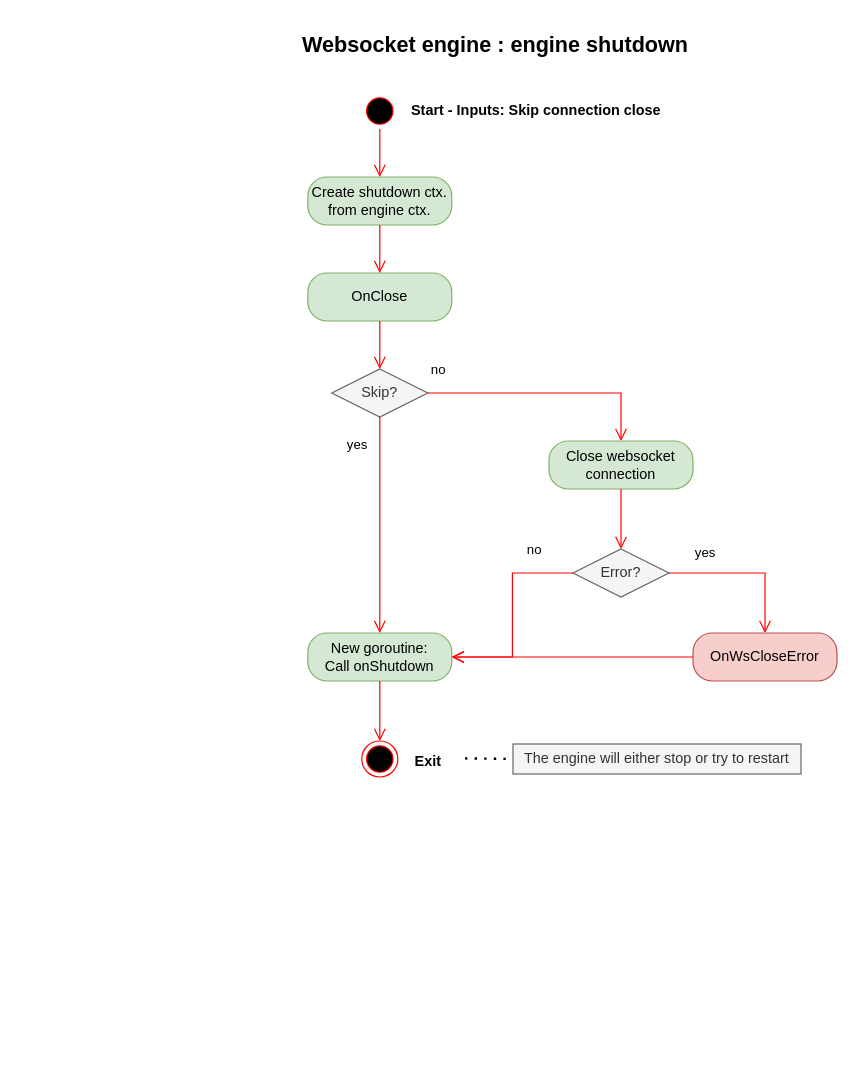
The draw.io diagram page "shutdownEngine" (5 of 7) of documentation/schemas/wscontainer.drawio in gbdevw/gowse, before the edit. Source tidied: cells renumbered, new cells numbered last; positions are measured from the earlier drawing's top-left corner, leaving out a move shared by most shapes. Both pictures are drawn from the tidied source at 120%, with x=0, y=0 at pixel (284, 20).
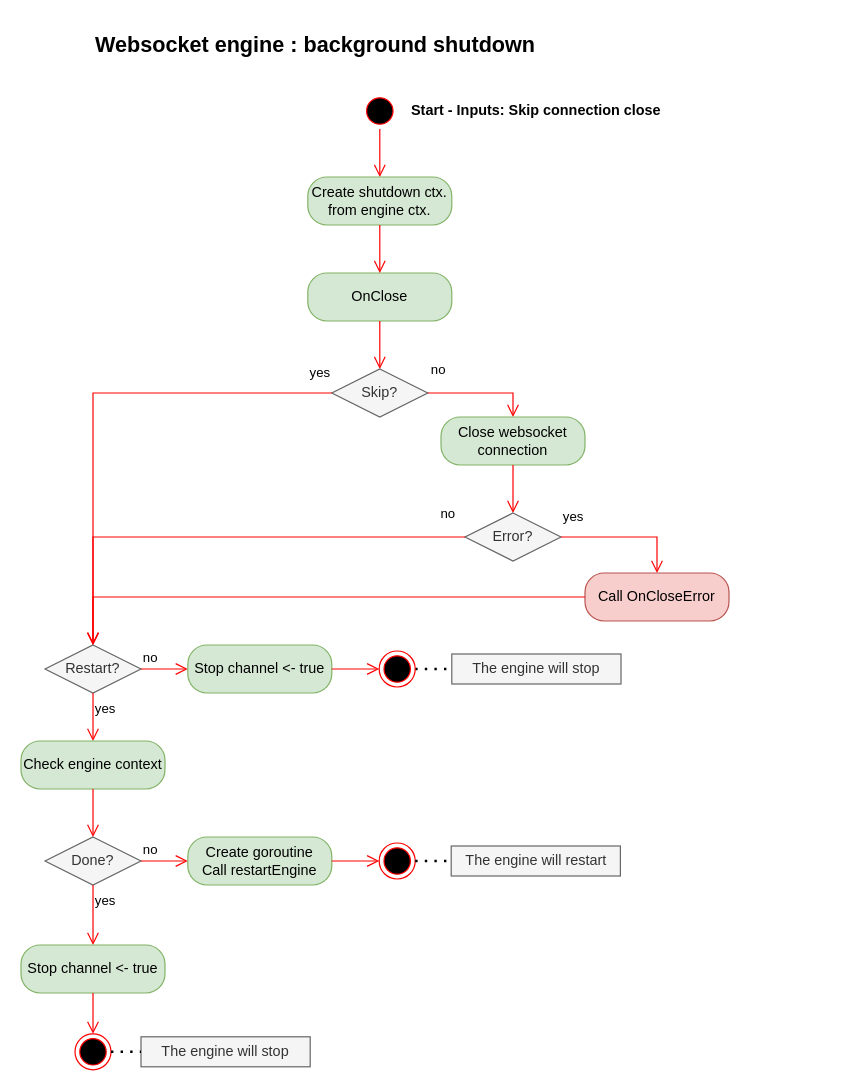
The same page after the edit.

Commit message (it also covers changes not shown here):
Doc. about engine lifecycle OK

The change refers to these unchanged cells:
```xml
<mxCell id="7" value="Skip?" style="rhombus;whiteSpace=wrap;html=1;fillColor=#f5f5f5;strokeColor=#666666;fontColor=#333333;" parent="1" vertex="1">
  <mxGeometry x="39" y="290" width="80" height="40" as="geometry" />
</mxCell>
```

The edit, as a diff of the source:
```diff
@@
     <mxCell id="8" value="no" style="edgeStyle=orthogonalEdgeStyle;html=1;align=left;verticalAlign=bottom;endArrow=open;endSize=8;strokeColor=#ff0000;rounded=0;entryX=0.5;entryY=0;entryDx=0;entryDy=0;" parent="1" edge="1" source="7" target="10">
-      <mxGeometry x="-0.99" y="10" relative="1" as="geometry" />
+      <mxGeometry x="-0.98" y="10" relative="1" as="geometry" />
     </mxCell>
-    <mxCell id="9" value="yes" style="edgeStyle=orthogonalEdgeStyle;html=1;align=left;verticalAlign=top;endArrow=open;endSize=8;strokeColor=#ff0000;rounded=0;entryX=0.5;entryY=0;entryDx=0;entryDy=0;" parent="1" edge="1" source="7" target="12">
-      <mxGeometry x="-0.89" y="-29" relative="1" as="geometry" />
+    <mxCell id="9" value="yes" style="edgeStyle=orthogonalEdgeStyle;html=1;align=left;verticalAlign=top;endArrow=open;endSize=8;strokeColor=#ff0000;rounded=0;entryX=0.5;entryY=0;entryDx=0;entryDy=0;" parent="1" edge="1" source="7" target="26">
+      <mxGeometry x="-0.9" y="-30" relative="1" as="geometry" />
     </mxCell>
     <mxCell id="10" value="Close websocket connection" style="rounded=1;whiteSpace=wrap;html=1;arcSize=40;fillColor=#d5e8d4;strokeColor=#82b366;" parent="1" vertex="1">
-      <mxGeometry x="220" y="350" width="120" height="40" as="geometry" />
+      <mxGeometry x="130" y="330" width="120" height="40" as="geometry" />
     </mxCell>
@@
-    <mxCell id="12" value="New goroutine:&lt;br&gt;Call onShutdown" style="rounded=1;whiteSpace=wrap;html=1;arcSize=40;fillColor=#d5e8d4;strokeColor=#82b366;" parent="1" vertex="1">
-      <mxGeometry x="19" y="510" width="120" height="40" as="geometry" />
-    </mxCell>
-    <mxCell id="13" style="edgeStyle=orthogonalEdgeStyle;html=1;verticalAlign=bottom;endArrow=open;endSize=8;strokeColor=#ff0000;rounded=0;entryX=0.5;entryY=0;entryDx=0;entryDy=0;" parent="1" edge="1" source="12" target="14">
-      <mxGeometry relative="1" as="geometry" />
-    </mxCell>
-    <mxCell id="14" style="ellipse;html=1;shape=endState;fillColor=#000000;strokeColor=#ff0000;" parent="1" vertex="1">
-      <mxGeometry x="64" y="600" width="30" height="30" as="geometry" />
-    </mxCell>
-    <mxCell id="15" value="&lt;font style=&quot;font-size: 12px;&quot;&gt;Exit&lt;/font&gt;" style="text;html=1;align=center;verticalAlign=middle;strokeColor=none;fillColor=none;fontSize=18;fontStyle=1;" parent="1" vertex="1">
-      <mxGeometry x="94" y="595" width="50" height="40" as="geometry" />
-    </mxCell>
-    <mxCell id="16" value="&lt;b&gt;&lt;font style=&quot;font-size: 18px;&quot;&gt;Websocket engine : engine shutdown&lt;/font&gt;&lt;/b&gt;" style="text;html=1;align=center;verticalAlign=middle;strokeColor=none;fillColor=none;" parent="1" vertex="1">
-      <mxGeometry width="350" height="40" as="geometry" />
+    <mxCell id="16" value="&lt;b&gt;&lt;font style=&quot;font-size: 18px;&quot;&gt;Websocket engine : background shutdown&lt;/font&gt;&lt;/b&gt;" style="text;html=1;align=center;verticalAlign=middle;strokeColor=none;fillColor=none;" parent="1" vertex="1">
+      <mxGeometry x="-170" width="390" height="40" as="geometry" />
     </mxCell>
@@
     <mxCell id="19" value="Error?" style="rhombus;whiteSpace=wrap;html=1;fontColor=#333333;fillColor=#f5f5f5;strokeColor=#666666;" parent="1" vertex="1">
-      <mxGeometry x="240" y="440" width="80" height="40" as="geometry" />
+      <mxGeometry x="150" y="410" width="80" height="40" as="geometry" />
     </mxCell>
-    <mxCell id="20" value="no" style="edgeStyle=orthogonalEdgeStyle;html=1;align=left;verticalAlign=bottom;endArrow=open;endSize=8;strokeColor=#ff0000;rounded=0;entryX=1;entryY=0.5;entryDx=0;entryDy=0;" parent="1" edge="1" source="19" target="12">
-      <mxGeometry x="-0.53" y="-10" relative="1" as="geometry" />
+    <mxCell id="20" value="no" style="edgeStyle=orthogonalEdgeStyle;html=1;align=left;verticalAlign=bottom;endArrow=open;endSize=8;strokeColor=#ff0000;rounded=0;entryX=0.5;entryY=0;entryDx=0;entryDy=0;" parent="1" edge="1" source="19" target="26">
+      <mxGeometry x="-0.89" y="-10" relative="1" as="geometry" />
     </mxCell>
     <mxCell id="21" value="yes" style="edgeStyle=orthogonalEdgeStyle;html=1;align=left;verticalAlign=top;endArrow=open;endSize=8;strokeColor=#ff0000;rounded=0;entryX=0.5;entryY=0;entryDx=0;entryDy=0;" parent="1" edge="1" source="19" target="22">
-      <mxGeometry x="-0.69" y="30" relative="1" as="geometry" />
+      <mxGeometry x="-1" y="30" relative="1" as="geometry" />
     </mxCell>
-    <mxCell id="22" value="OnWsCloseError" style="rounded=1;whiteSpace=wrap;html=1;arcSize=40;fillColor=#f8cecc;strokeColor=#b85450;" parent="1" vertex="1">
-      <mxGeometry x="340" y="510" width="120" height="40" as="geometry" />
+    <mxCell id="22" value="Call OnCloseError" style="rounded=1;whiteSpace=wrap;html=1;arcSize=40;fillColor=#f8cecc;strokeColor=#b85450;" parent="1" vertex="1">
+      <mxGeometry x="250" y="460" width="120" height="40" as="geometry" />
     </mxCell>
-    <mxCell id="23" style="edgeStyle=orthogonalEdgeStyle;html=1;verticalAlign=bottom;endArrow=open;endSize=8;strokeColor=#ff0000;rounded=0;entryX=1;entryY=0.5;entryDx=0;entryDy=0;" parent="1" edge="1" source="22" target="12">
+    <mxCell id="23" style="edgeStyle=orthogonalEdgeStyle;html=1;verticalAlign=bottom;endArrow=open;endSize=8;strokeColor=#ff0000;rounded=0;entryX=0.5;entryY=0;entryDx=0;entryDy=0;" parent="1" edge="1" source="22" target="26">
       <mxGeometry relative="1" as="geometry" />
     </mxCell>
-    <mxCell id="24" value="The engine will either stop or try to restart" style="rounded=0;whiteSpace=wrap;html=1;fillColor=#f5f5f5;fontColor=#333333;strokeColor=#666666;" parent="1" vertex="1">
-      <mxGeometry x="190" y="602.5" width="240" height="25" as="geometry" />
+    <mxCell id="24" value="The engine will stop" style="rounded=0;whiteSpace=wrap;html=1;fillColor=#f5f5f5;fontColor=#333333;strokeColor=#666666;" parent="1" vertex="1">
+      <mxGeometry x="139" y="527.5" width="141" height="25" as="geometry" />
     </mxCell>
-    <mxCell id="25" style="endArrow=none;dashed=1;html=1;dashPattern=1 3;strokeWidth=2;rounded=0;exitX=1.12;exitY=0.625;exitDx=0;exitDy=0;exitPerimeter=0;entryX=0;entryY=0.5;entryDx=0;entryDy=0;" parent="1" edge="1" target="24">
-      <mxGeometry relative="1" as="geometry">
-        <mxPoint x="150" y="614.5" as="sourcePoint" />
-      </mxGeometry>
+    <mxCell id="25" style="endArrow=none;dashed=1;html=1;dashPattern=1 3;strokeWidth=2;rounded=0;exitX=1;exitY=0.5;exitDx=0;exitDy=0;entryX=0;entryY=0.5;entryDx=0;entryDy=0;" parent="1" edge="1" source="29" target="24">
+      <mxGeometry relative="1" as="geometry" />
     </mxCell>
+    <mxCell id="26" value="Restart?" style="rhombus;whiteSpace=wrap;html=1;fontColor=#333333;fillColor=#f5f5f5;strokeColor=#666666;" parent="1" vertex="1">
+      <mxGeometry x="-200" y="520" width="80" height="40" as="geometry" />
+    </mxCell>
+    <mxCell id="27" value="no" style="edgeStyle=orthogonalEdgeStyle;html=1;align=left;verticalAlign=bottom;endArrow=open;endSize=8;strokeColor=#ff0000;rounded=0;entryX=0;entryY=0.5;entryDx=0;entryDy=0;" parent="1" edge="1" source="26" target="30">
+      <mxGeometry x="-1" relative="1" as="geometry" />
+    </mxCell>
+    <mxCell id="28" value="yes" style="edgeStyle=orthogonalEdgeStyle;html=1;align=left;verticalAlign=top;endArrow=open;endSize=8;strokeColor=#ff0000;rounded=0;entryX=0.5;entryY=0;entryDx=0;entryDy=0;" parent="1" edge="1" source="26" target="32">
+      <mxGeometry x="-1" relative="1" as="geometry" />
+    </mxCell>
+    <mxCell id="29" style="ellipse;html=1;shape=endState;fillColor=#000000;strokeColor=#ff0000;" parent="1" vertex="1">
+      <mxGeometry x="78.5" y="525" width="30" height="30" as="geometry" />
+    </mxCell>
+    <mxCell id="30" value="Stop channel &amp;lt;- true" style="rounded=1;whiteSpace=wrap;html=1;arcSize=40;fillColor=#d5e8d4;strokeColor=#82b366;" parent="1" vertex="1">
+      <mxGeometry x="-81" y="520" width="120" height="40" as="geometry" />
+    </mxCell>
+    <mxCell id="31" style="edgeStyle=orthogonalEdgeStyle;html=1;verticalAlign=bottom;endArrow=open;endSize=8;strokeColor=#ff0000;rounded=0;entryX=0;entryY=0.5;entryDx=0;entryDy=0;" parent="1" edge="1" source="30" target="29">
+      <mxGeometry relative="1" as="geometry" />
+    </mxCell>
+    <mxCell id="32" value="Check engine context" style="rounded=1;whiteSpace=wrap;html=1;arcSize=40;fillColor=#d5e8d4;strokeColor=#82b366;" parent="1" vertex="1">
+      <mxGeometry x="-220" y="600" width="120" height="40" as="geometry" />
+    </mxCell>
+    <mxCell id="33" style="edgeStyle=orthogonalEdgeStyle;html=1;verticalAlign=bottom;endArrow=open;endSize=8;strokeColor=#ff0000;rounded=0;entryX=0.5;entryY=0;entryDx=0;entryDy=0;" parent="1" edge="1" source="32" target="34">
+      <mxGeometry relative="1" as="geometry" />
+    </mxCell>
+    <mxCell id="34" value="Done?" style="rhombus;whiteSpace=wrap;html=1;fontColor=#333333;fillColor=#f5f5f5;strokeColor=#666666;" parent="1" vertex="1">
+      <mxGeometry x="-200" y="680" width="80" height="40" as="geometry" />
+    </mxCell>
+    <mxCell id="35" value="no" style="edgeStyle=orthogonalEdgeStyle;html=1;align=left;verticalAlign=bottom;endArrow=open;endSize=8;strokeColor=#ff0000;rounded=0;entryX=0;entryY=0.5;entryDx=0;entryDy=0;" parent="1" edge="1" source="34" target="37">
+      <mxGeometry x="-1" relative="1" as="geometry" />
+    </mxCell>
+    <mxCell id="36" value="yes" style="edgeStyle=orthogonalEdgeStyle;html=1;align=left;verticalAlign=top;endArrow=open;endSize=8;strokeColor=#ff0000;rounded=0;entryX=0.5;entryY=0;entryDx=0;entryDy=0;" parent="1" edge="1" source="34" target="40">
+      <mxGeometry x="-1" relative="1" as="geometry" />
+    </mxCell>
+    <mxCell id="37" value="Create goroutine&lt;br&gt;Call restartEngine" style="rounded=1;whiteSpace=wrap;html=1;arcSize=40;fillColor=#d5e8d4;strokeColor=#82b366;" parent="1" vertex="1">
+      <mxGeometry x="-81" y="680" width="120" height="40" as="geometry" />
+    </mxCell>
+    <mxCell id="38" style="edgeStyle=orthogonalEdgeStyle;html=1;verticalAlign=bottom;endArrow=open;endSize=8;strokeColor=#ff0000;rounded=0;entryX=0;entryY=0.5;entryDx=0;entryDy=0;" parent="1" edge="1" source="37" target="39">
+      <mxGeometry relative="1" as="geometry" />
+    </mxCell>
+    <mxCell id="39" style="ellipse;html=1;shape=endState;fillColor=#000000;strokeColor=#ff0000;" parent="1" vertex="1">
+      <mxGeometry x="78.5" y="685" width="30" height="30" as="geometry" />
+    </mxCell>
+    <mxCell id="40" value="Stop channel &amp;lt;- true" style="rounded=1;whiteSpace=wrap;html=1;arcSize=40;fillColor=#d5e8d4;strokeColor=#82b366;" parent="1" vertex="1">
+      <mxGeometry x="-220" y="770" width="120" height="40" as="geometry" />
+    </mxCell>
+    <mxCell id="41" style="ellipse;html=1;shape=endState;fillColor=#000000;strokeColor=#ff0000;" parent="1" vertex="1">
+      <mxGeometry x="-175" y="844" width="30" height="30" as="geometry" />
+    </mxCell>
+    <mxCell id="42" style="edgeStyle=orthogonalEdgeStyle;html=1;verticalAlign=bottom;endArrow=open;endSize=8;strokeColor=#ff0000;rounded=0;entryX=0.5;entryY=0;entryDx=0;entryDy=0;exitX=0.5;exitY=1;exitDx=0;exitDy=0;" parent="1" edge="1" source="40" target="41">
+      <mxGeometry relative="1" as="geometry" />
+    </mxCell>
+    <mxCell id="43" value="The engine will restart" style="rounded=0;whiteSpace=wrap;html=1;fillColor=#f5f5f5;fontColor=#333333;strokeColor=#666666;" parent="1" vertex="1">
+      <mxGeometry x="138.5" y="687.5" width="141" height="25" as="geometry" />
+    </mxCell>
+    <mxCell id="44" value="The engine will stop" style="rounded=0;whiteSpace=wrap;html=1;fillColor=#f5f5f5;fontColor=#333333;strokeColor=#666666;" parent="1" vertex="1">
+      <mxGeometry x="-120" y="846.5" width="141" height="25" as="geometry" />
+    </mxCell>
+    <mxCell id="45" style="endArrow=none;dashed=1;html=1;dashPattern=1 3;strokeWidth=2;rounded=0;entryX=0;entryY=0.5;entryDx=0;entryDy=0;exitX=1;exitY=0.5;exitDx=0;exitDy=0;" parent="1" edge="1" source="39" target="43">
+      <mxGeometry relative="1" as="geometry" />
+    </mxCell>
+    <mxCell id="46" style="endArrow=none;dashed=1;html=1;dashPattern=1 3;strokeWidth=2;rounded=0;exitX=1;exitY=0.5;exitDx=0;exitDy=0;entryX=0;entryY=0.5;entryDx=0;entryDy=0;" parent="1" edge="1" source="41" target="44">
+      <mxGeometry relative="1" as="geometry" />
+    </mxCell>
```
